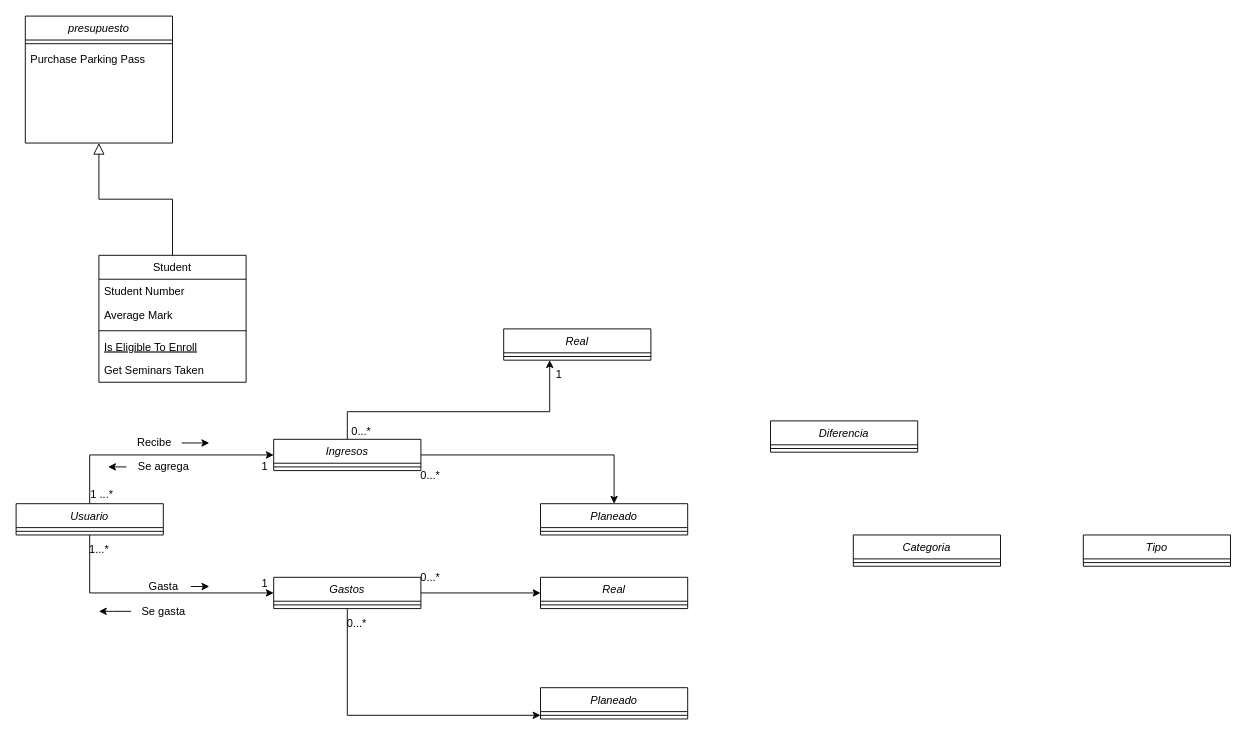
This is page "Anemico" (1 of 2) of Modelo de dominio.drawio from DOOPan2022/Presupuesto, a draw.io file, before an edit. Source tidied: cells renumbered, new cells numbered last; positions are measured from the earlier drawing's top-left corner, leaving out a move shared by most shapes. Both pictures are drawn from the tidied source at 92%, with x=0, y=0 at pixel (16, 16).
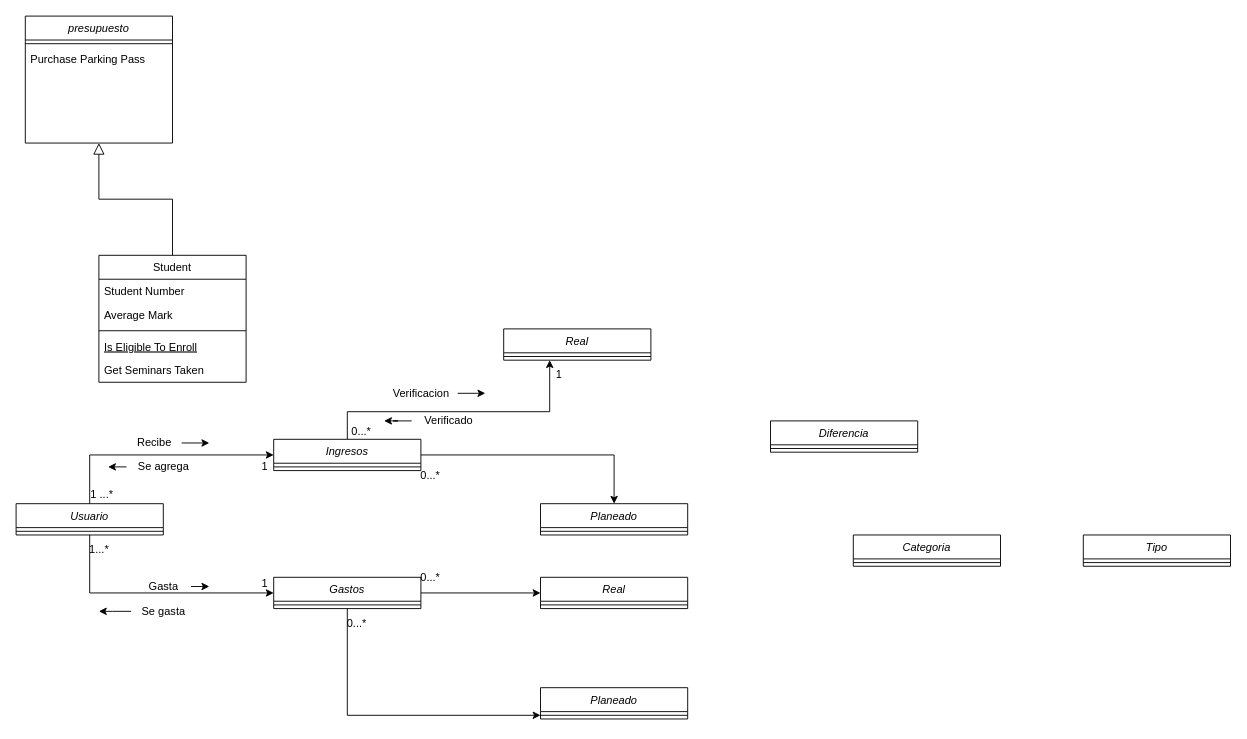
The same page after the edit.

Unchanged cells that the change refers to:
```xml
<mxCell id="44" value="0...*" style="text;html=1;align=center;verticalAlign=middle;points=[];strokeColor=none;fillColor=none;" parent="1" vertex="1">
  <mxGeometry x="355" y="437" width="40" height="30" as="geometry" />
</mxCell>
```

The edit, as a diff of the source:
```diff
@@
+    <mxCell id="55" style="edgeStyle=orthogonalEdgeStyle;rounded=0;jettySize=auto;html=1;" parent="1" edge="1" source="56">
+      <mxGeometry relative="1" as="geometry">
+        <mxPoint x="510" y="410" as="targetPoint" />
+      </mxGeometry>
+    </mxCell>
+    <mxCell id="56" value="Verificacion" style="text;html=1;align=center;verticalAlign=middle;points=[];strokeColor=none;fillColor=none;" parent="1" vertex="1">
+      <mxGeometry x="400" y="395" width="80" height="30" as="geometry" />
+    </mxCell>
+    <mxCell id="57" style="edgeStyle=orthogonalEdgeStyle;rounded=0;jettySize=auto;html=1;entryX=1.125;entryY=0.1;entryDx=0;entryDy=0;entryPerimeter=0;" parent="1" edge="1" source="58" target="44">
+      <mxGeometry relative="1" as="geometry" />
+    </mxCell>
+    <mxCell id="58" value="Verificado" style="text;html=1;align=center;verticalAlign=middle;points=[];strokeColor=none;fillColor=none;" parent="1" vertex="1">
+      <mxGeometry x="430" y="425" width="80" height="30" as="geometry" />
+    </mxCell>
```
